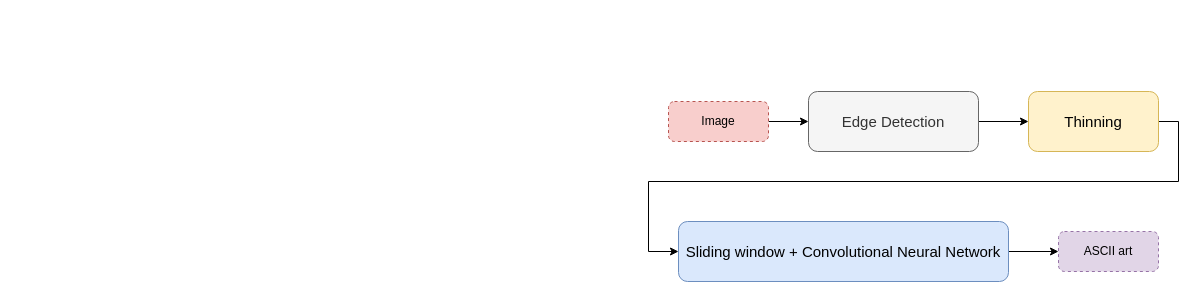
Before: images/process.drawio in InputBlackBoxOutput/ASCII-Art-Creator, a draw.io diagram. Source tidied: cells renumbered, new cells numbered last; positions are measured from the earlier drawing's top-left corner, leaving out a move shared by most shapes. Both pictures are drawn from the tidied source at 100%, with x=0, y=0 at pixel (648, 91).
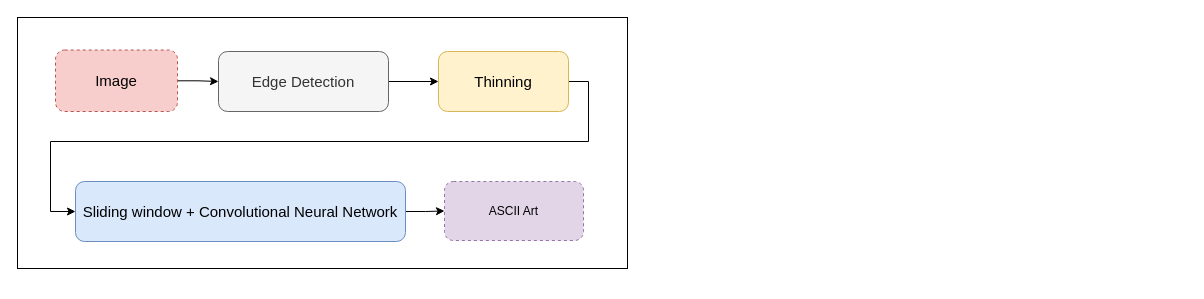
The same diagram, later.

Change to the diagram source:
```diff
@@
 <mxGraphModel>
   <root>
     <mxCell id="0" />
     <mxCell id="1" parent="0" />
+    <mxCell id="11" style="rounded=0;whiteSpace=wrap;html=1;fillColor=light-dark(#ffffff, #ededed);" parent="1" vertex="1">
+      <mxGeometry x="-631" y="-74" width="610" height="251" as="geometry" />
+    </mxCell>
     <mxCell id="2" style="edgeStyle=orthogonalEdgeStyle;rounded=0;jettySize=auto;html=1;entryX=0;entryY=0.5;entryDx=0;entryDy=0;" parent="1" edge="1" source="3" target="5">
       <mxGeometry relative="1" as="geometry" />
     </mxCell>
     <mxCell id="3" value="&lt;font style=&quot;font-size: 15px&quot;&gt;Edge Detection&lt;/font&gt;" style="rounded=1;whiteSpace=wrap;html=1;fillColor=#f5f5f5;strokeColor=#666666;fontColor=#333333;" parent="1" vertex="1">
-      <mxGeometry x="160" width="170" height="60" as="geometry" />
+      <mxGeometry x="-430" y="-40" width="170" height="60" as="geometry" />
     </mxCell>
     <mxCell id="4" style="edgeStyle=orthogonalEdgeStyle;rounded=0;jettySize=auto;html=1;entryX=0;entryY=0.5;entryDx=0;entryDy=0;" parent="1" edge="1" source="5" target="7">
       <mxGeometry relative="1" as="geometry">
         <Array as="points">
-          <mxPoint x="530" y="30" />
-          <mxPoint x="530" y="90" />
-          <mxPoint y="90" />
-          <mxPoint y="160" />
+          <mxPoint x="-60" y="-10" />
+          <mxPoint x="-60" y="50" />
+          <mxPoint x="-598" y="50" />
+          <mxPoint x="-598" y="120" />
         </Array>
       </mxGeometry>
     </mxCell>
     <mxCell id="5" value="&lt;font style=&quot;font-size: 15px&quot;&gt;Thinning&lt;/font&gt;" style="rounded=1;whiteSpace=wrap;html=1;fillColor=#fff2cc;strokeColor=#d6b656;" parent="1" vertex="1">
-      <mxGeometry x="380" width="130" height="60" as="geometry" />
+      <mxGeometry x="-210" y="-40" width="130" height="60" as="geometry" />
     </mxCell>
     <mxCell id="6" style="edgeStyle=orthogonalEdgeStyle;rounded=0;jettySize=auto;html=1;entryX=0;entryY=0.5;entryDx=0;entryDy=0;" parent="1" edge="1" source="7" target="10">
       <mxGeometry relative="1" as="geometry" />
     </mxCell>
     <mxCell id="7" value="&lt;font style=&quot;font-size: 15px&quot;&gt;Sliding window + Convolutional Neural Network&lt;/font&gt;" style="rounded=1;whiteSpace=wrap;html=1;fillColor=#dae8fc;strokeColor=#6c8ebf;" parent="1" vertex="1">
-      <mxGeometry x="30" y="130" width="330" height="60" as="geometry" />
+      <mxGeometry x="-573" y="90" width="330" height="60" as="geometry" />
     </mxCell>
     <mxCell id="8" style="edgeStyle=orthogonalEdgeStyle;rounded=0;jettySize=auto;html=1;entryX=0;entryY=0.5;entryDx=0;entryDy=0;" parent="1" edge="1" source="9" target="3">
       <mxGeometry relative="1" as="geometry" />
     </mxCell>
-    <mxCell id="9" value="Image" style="rounded=1;whiteSpace=wrap;html=1;fillColor=#f8cecc;strokeColor=#b85450;dashed=1;" parent="1" vertex="1">
-      <mxGeometry x="20" y="10" width="100" height="40" as="geometry" />
+    <mxCell id="9" value="&lt;font style=&quot;font-size: 15px;&quot;&gt;Image&lt;/font&gt;" style="rounded=1;whiteSpace=wrap;html=1;fillColor=#f8cecc;strokeColor=#b85450;dashed=1;" parent="1" vertex="1">
+      <mxGeometry x="-593" y="-41.5" width="122" height="61.5" as="geometry" />
     </mxCell>
-    <mxCell id="10" value="ASCII art" style="rounded=1;whiteSpace=wrap;html=1;fillColor=#e1d5e7;strokeColor=#9673a6;dashed=1;" parent="1" vertex="1">
-      <mxGeometry x="410" y="140" width="100" height="40" as="geometry" />
+    <mxCell id="10" value="ASCII Art" style="rounded=1;whiteSpace=wrap;html=1;fillColor=#e1d5e7;strokeColor=#9673a6;dashed=1;" parent="1" vertex="1">
+      <mxGeometry x="-204" y="90" width="139" height="59" as="geometry" />
     </mxCell>
   </root>
 </mxGraphModel>
```
